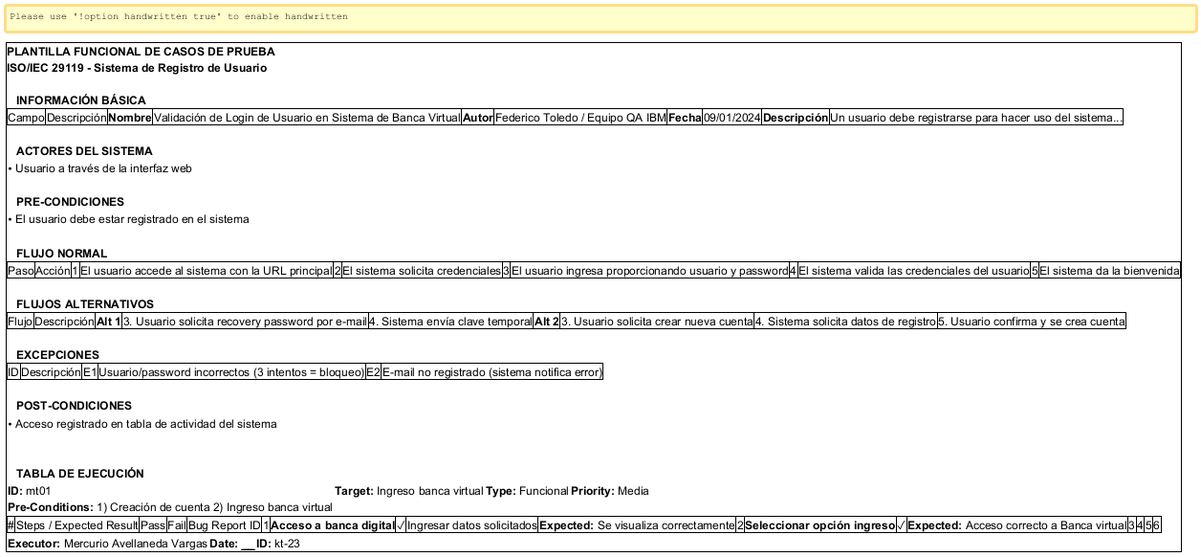
wilmereleon/An-lisis-IBM-Ciclo-de-procesos-de-software keeps this PlantUML diagram as diagrams/plantilla-casos-prueba-wireframe.png. Above is the earlier version. The source it was exported from:
```plantuml
@startuml plantilla-casos-prueba-wireframe
!theme plain
skinparam backgroundColor #FFFFFF
skinparam handwritten false
skinparam monochrome false

skinparam rectangle {
    BorderColor #333333
    BackgroundColor #F8F9FA
    FontColor #333333
    FontSize 10
}

skinparam note {
    BorderColor #666666
    BackgroundColor #E8F4FD
    FontColor #333333
    FontSize 9
}

salt
{
  {+
    **PLANTILLA FUNCIONAL DE CASOS DE PRUEBA**
    **ISO/IEC 29119 - Sistema de Registro de Usuario**
    .
    {T
      + **INFORMACIÓN BÁSICA**
    }
    {#
      | Campo | Descripción |
      | **Nombre** | Validación de Login de Usuario en Sistema de Banca Virtual |
      | **Autor** | Federico Toledo / Equipo QA IBM |
      | **Fecha** | 09/01/2024 |
      | **Descripción** | Un usuario debe registrarse para hacer uso del sistema... |
    }
    .
    {T
      + **ACTORES DEL SISTEMA**
    }
    {
      • Usuario a través de la interfaz web
    }
    .
    {T
      + **PRE-CONDICIONES**
    }
    {
      • El usuario debe estar registrado en el sistema
    }
    .
    {T
      + **FLUJO NORMAL**
    }
    {#
      | Paso | Acción |
      | 1 | El usuario accede al sistema con la URL principal |
      | 2 | El sistema solicita credenciales |
      | 3 | El usuario ingresa proporcionando usuario y password |
      | 4 | El sistema valida las credenciales del usuario |
      | 5 | El sistema da la bienvenida |
    }
    .
    {T
      + **FLUJOS ALTERNATIVOS**
    }
    {#
      | Flujo | Descripción |
      | **Alt 1** | 3. Usuario solicita recovery password por e-mail |
      |  | 4. Sistema envía clave temporal |
      | **Alt 2** | 3. Usuario solicita crear nueva cuenta |
      |  | 4. Sistema solicita datos de registro |
      |  | 5. Usuario confirma y se crea cuenta |
    }
    .
    {T
      + **EXCEPCIONES**
    }
    {#
      | ID | Descripción |
      | E1 | Usuario/password incorrectos (3 intentos = bloqueo) |
      | E2 | E-mail no registrado (sistema notifica error) |
    }
    .
    {T
      + **POST-CONDICIONES**
    }
    {
      • Acceso registrado en tabla de actividad del sistema
    }
    .
    .
    {T
      + **TABLA DE EJECUCIÓN**
    }
    {
      **ID:** mt01 | **Target:** Ingreso banca virtual | **Type:** Funcional | **Priority:** Media
      **Pre-Conditions:** 1) Creación de cuenta 2) Ingreso banca virtual
    }
    {#
      | # | Steps / Expected Result | Pass | Fail | Bug Report ID |
      | 1 | **Acceso a banca digital** | ✓ |  |  |
      |   | Ingresar datos solicitados |   |  |  |
      |   | **Expected:** Se visualiza correctamente |   |  |  |
      | 2 | **Seleccionar opción ingreso** | ✓ |  |  |
      |   | **Expected:** Acceso correcto a Banca virtual |   |  |  |
      | 3 |  |  |  |  |
      | 4 |  |  |  |  |
      | 5 |  |  |  |  |
      | 6 |  |  |  |  |
    }
    {
      **Executor:** Mercurio Avellaneda Vargas | **Date:** __________ | **ID:** kt-23
    }
  }
}
@enduml
```
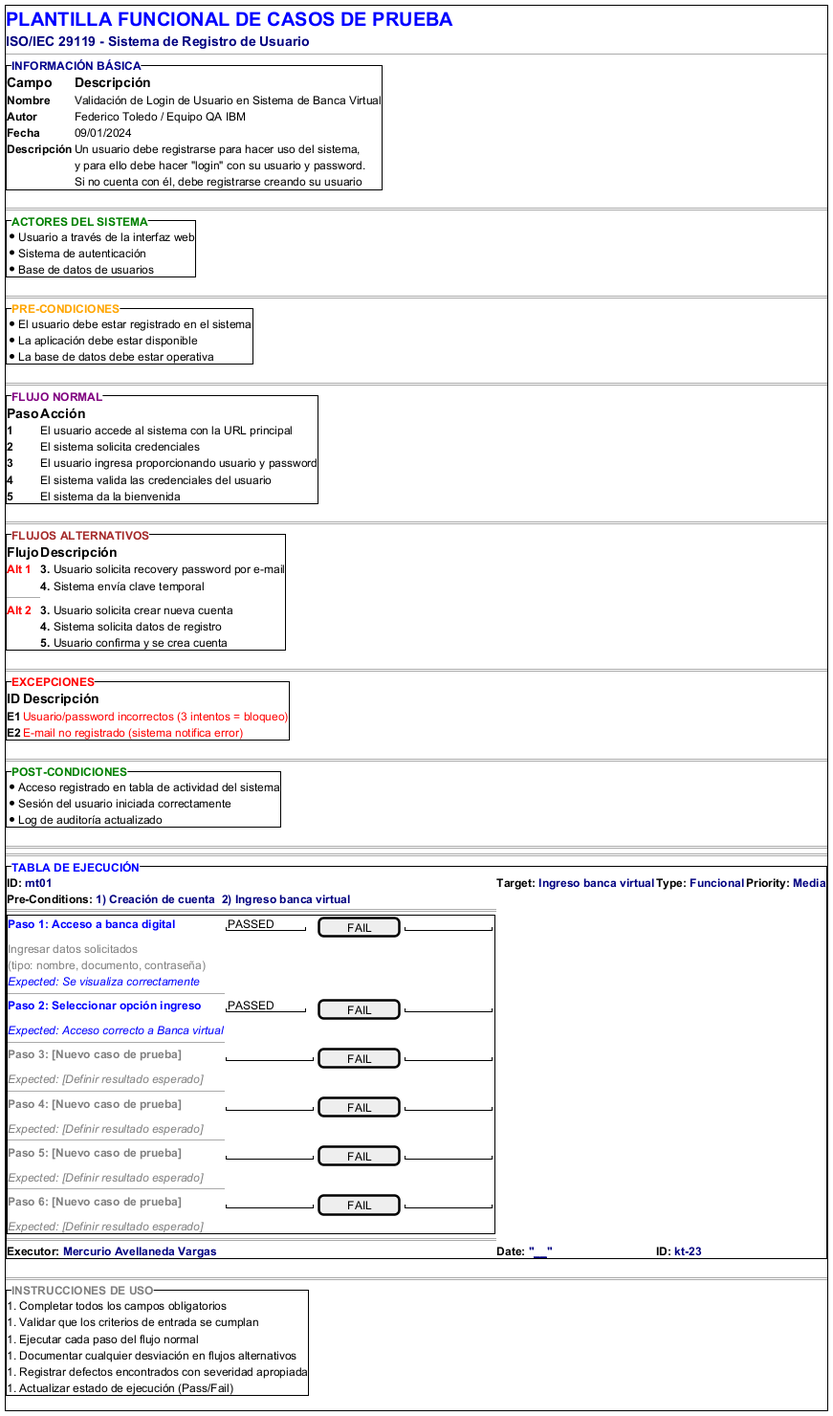
The same file after the commit.

What changed in the source:
```diff
@@ -1,117 +1,108 @@
-@startuml plantilla-casos-prueba-wireframe
-!theme plain
-skinparam backgroundColor #FFFFFF
-skinparam handwritten false
-skinparam monochrome false
+@startsalt plantilla-casos-prueba-wireframe
+{+
+  ==<color:Blue><size:16><b>PLANTILLA FUNCIONAL DE CASOS DE PRUEBA
+  ==<color:Navy><size:12>ISO/IEC 29119 - Sistema de Registro de Usuario
+  ----
 
-skinparam rectangle {
-    BorderColor #333333
-    BackgroundColor #F8F9FA
-    FontColor #333333
-    FontSize 10
-}
+  {^<color:DarkBlue><b>INFORMACIÓN BÁSICA
+    ==Campo                                | ==Descripción
+    <b>Nombre                               | Validación de Login de Usuario en Sistema de Banca Virtual
+    <b>Autor                                | Federico Toledo / Equipo QA IBM
+    <b>Fecha                                | 09/01/2024
+    <b>Descripción                          | Un usuario debe registrarse para hacer uso del sistema,
+    .                                      | y para ello debe hacer "login" con su usuario y password.
+    .                                      | Si no cuenta con él, debe registrarse creando su usuario
+  }
+  ====
 
-skinparam note {
-    BorderColor #666666
-    BackgroundColor #E8F4FD
-    FontColor #333333
-    FontSize 9
-}
+  {^<color:Green><b>ACTORES DEL SISTEMA
+    * Usuario a través de la interfaz web
+    * Sistema de autenticación
+    * Base de datos de usuarios
+  }
+  ====
 
-salt
-{
-  {+
-    **PLANTILLA FUNCIONAL DE CASOS DE PRUEBA**
-    **ISO/IEC 29119 - Sistema de Registro de Usuario**
-    .
-    {T
-      + **INFORMACIÓN BÁSICA**
+  {^<color:Orange><b>PRE-CONDICIONES
+    * El usuario debe estar registrado en el sistema
+    * La aplicación debe estar disponible
+    * La base de datos debe estar operativa
+  }
+  ====
+
+  {^<color:Purple><b>FLUJO NORMAL
+    ==Paso | ==Acción
+    <b>1    | El usuario accede al sistema con la URL principal
+    <b>2    | El sistema solicita credenciales
+    <b>3    | El usuario ingresa proporcionando usuario y password
+    <b>4    | El sistema valida las credenciales del usuario
+    <b>5    | El sistema da la bienvenida
+  }
+  ====
+
+  {^<color:Brown><b>FLUJOS ALTERNATIVOS
+    ==Flujo     | ==Descripción
+    <color:Red><b>Alt 1 | **3.** Usuario solicita recovery password por e-mail
+    .           | **4.** Sistema envía clave temporal
+    ----
+    <color:Red><b>Alt 2 | **3.** Usuario solicita crear nueva cuenta
+    .           | **4.** Sistema solicita datos de registro
+    .           | **5.** Usuario confirma y se crea cuenta
+  }
+  ====
+
+  {^<color:Red><b>EXCEPCIONES
+    ==ID | ==Descripción
+    <b>E1 | <color:Red>Usuario/password incorrectos (3 intentos = bloqueo)
+    <b>E2 | <color:Red>E-mail no registrado (sistema notifica error)
+  }
+  ====
+
+  {^<color:Green><b>POST-CONDICIONES
+    * Acceso registrado en tabla de actividad del sistema
+    * Sesión del usuario iniciada correctamente
+    * Log de auditoría actualizado
+  }
+  ====
+  ====
+
+  {^<color:Blue><b>TABLA DE EJECUCIÓN
+    <b>ID: <color:Navy>mt01 | <b>Target: <color:Navy>Ingreso banca virtual | <b>Type: <color:Navy>Funcional | <b>Priority: <color:Navy>Media
+    <b>Pre-Conditions: <color:Navy>1) Creación de cuenta  2) Ingreso banca virtual
+    ====
+
+    {+
+      <color:Blue><b>Paso 1: Acceso a banca digital                    | "PASSED    " | [   FAIL   ] | "           "
+      <color:Gray>Ingresar datos solicitados                          | .            | .             | .
+      <color:Gray>(tipo: nombre, documento, contraseña)               | .            | .             | .
+      <color:Blue><i>Expected: Se visualiza correctamente             | .            | .             | .
+      ----
+      <color:Blue><b>Paso 2: Seleccionar opción ingreso               | "PASSED    " | [   FAIL   ] | "           "
+      <color:Blue><i>Expected: Acceso correcto a Banca virtual        | .            | .             | .
+      ----
+      <color:Gray><b>Paso 3: [Nuevo caso de prueba]                   | "           " | [   FAIL   ] | "           "
+      <color:Gray><i>Expected: [Definir resultado esperado]           | .            | .             | .
+      ----
+      <color:Gray><b>Paso 4: [Nuevo caso de prueba]                   | "           " | [   FAIL   ] | "           "
+      <color:Gray><i>Expected: [Definir resultado esperado]           | .            | .             | .
+      ----
+      <color:Gray><b>Paso 5: [Nuevo caso de prueba]                   | "           " | [   FAIL   ] | "           "
+      <color:Gray><i>Expected: [Definir resultado esperado]           | .            | .             | .
+      ----
+      <color:Gray><b>Paso 6: [Nuevo caso de prueba]                   | "           " | [   FAIL   ] | "           "
+      <color:Gray><i>Expected: [Definir resultado esperado]           | .            | .             | .
     }
-    {#
-      | Campo | Descripción |
-      | **Nombre** | Validación de Login de Usuario en Sistema de Banca Virtual |
-      | **Autor** | Federico Toledo / Equipo QA IBM |
-      | **Fecha** | 09/01/2024 |
-      | **Descripción** | Un usuario debe registrarse para hacer uso del sistema... |
-    }
-    .
-    {T
-      + **ACTORES DEL SISTEMA**
-    }
-    {
-      • Usuario a través de la interfaz web
-    }
-    .
-    {T
-      + **PRE-CONDICIONES**
-    }
-    {
-      • El usuario debe estar registrado en el sistema
-    }
-    .
-    {T
-      + **FLUJO NORMAL**
-    }
-    {#
-      | Paso | Acción |
-      | 1 | El usuario accede al sistema con la URL principal |
-      | 2 | El sistema solicita credenciales |
-      | 3 | El usuario ingresa proporcionando usuario y password |
-      | 4 | El sistema valida las credenciales del usuario |
-      | 5 | El sistema da la bienvenida |
-    }
-    .
-    {T
-      + **FLUJOS ALTERNATIVOS**
-    }
-    {#
-      | Flujo | Descripción |
-      | **Alt 1** | 3. Usuario solicita recovery password por e-mail |
-      |  | 4. Sistema envía clave temporal |
-      | **Alt 2** | 3. Usuario solicita crear nueva cuenta |
-      |  | 4. Sistema solicita datos de registro |
-      |  | 5. Usuario confirma y se crea cuenta |
-    }
-    .
-    {T
-      + **EXCEPCIONES**
-    }
-    {#
-      | ID | Descripción |
-      | E1 | Usuario/password incorrectos (3 intentos = bloqueo) |
-      | E2 | E-mail no registrado (sistema notifica error) |
-    }
-    .
-    {T
-      + **POST-CONDICIONES**
-    }
-    {
-      • Acceso registrado en tabla de actividad del sistema
-    }
-    .
-    .
-    {T
-      + **TABLA DE EJECUCIÓN**
-    }
-    {
-      **ID:** mt01 | **Target:** Ingreso banca virtual | **Type:** Funcional | **Priority:** Media
-      **Pre-Conditions:** 1) Creación de cuenta 2) Ingreso banca virtual
-    }
-    {#
-      | # | Steps / Expected Result | Pass | Fail | Bug Report ID |
-      | 1 | **Acceso a banca digital** | ✓ |  |  |
-      |   | Ingresar datos solicitados |   |  |  |
-      |   | **Expected:** Se visualiza correctamente |   |  |  |
-      | 2 | **Seleccionar opción ingreso** | ✓ |  |  |
-      |   | **Expected:** Acceso correcto a Banca virtual |   |  |  |
-      | 3 |  |  |  |  |
-      | 4 |  |  |  |  |
-      | 5 |  |  |  |  |
-      | 6 |  |  |  |  |
-    }
-    {
-      **Executor:** Mercurio Avellaneda Vargas | **Date:** __________ | **ID:** kt-23
-    }
+    ====
+    <b>Executor: <color:Navy>Mercurio Avellaneda Vargas | <b>Date: <color:Navy>"__________" | <b>ID: <color:Navy>kt-23
+  }
+  ====
+
+  {^<color:Gray><b>INSTRUCCIONES DE USO
+    # Completar todos los campos obligatorios
+    # Validar que los criterios de entrada se cumplan
+    # Ejecutar cada paso del flujo normal
+    # Documentar cualquier desviación en flujos alternativos
+    # Registrar defectos encontrados con severidad apropiada
+    # Actualizar estado de ejecución (Pass/Fail)
   }
 }
-@enduml
+@endsalt
```
